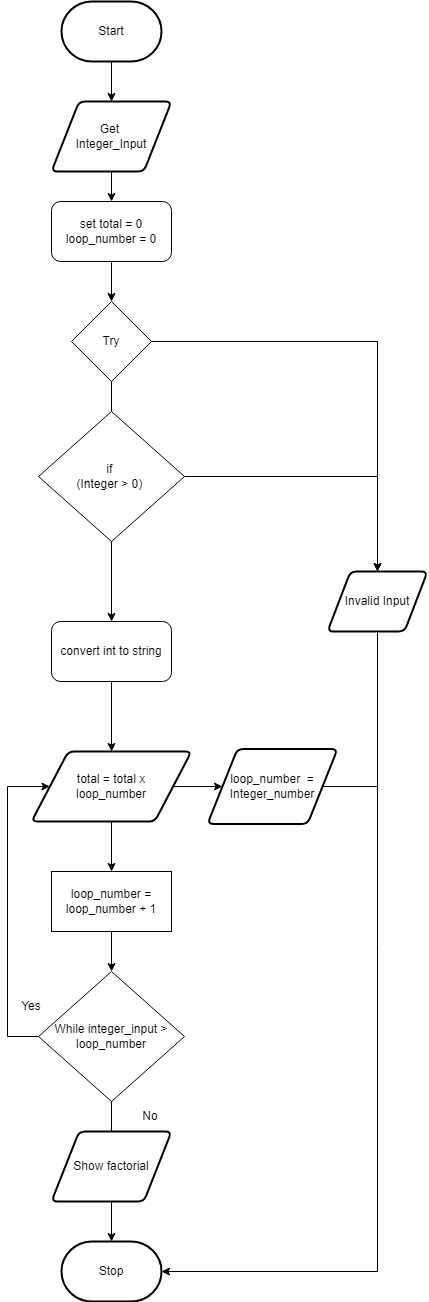
This is Drawio/FlowChart.png from JacksonNaufal/ICS3U-Unit4-02-Python, a draw.io export, as it was before one commit. Source tidied: cells renumbered, new cells last; positions are measured from the earlier drawing's top-left corner, leaving out a move shared by most shapes.
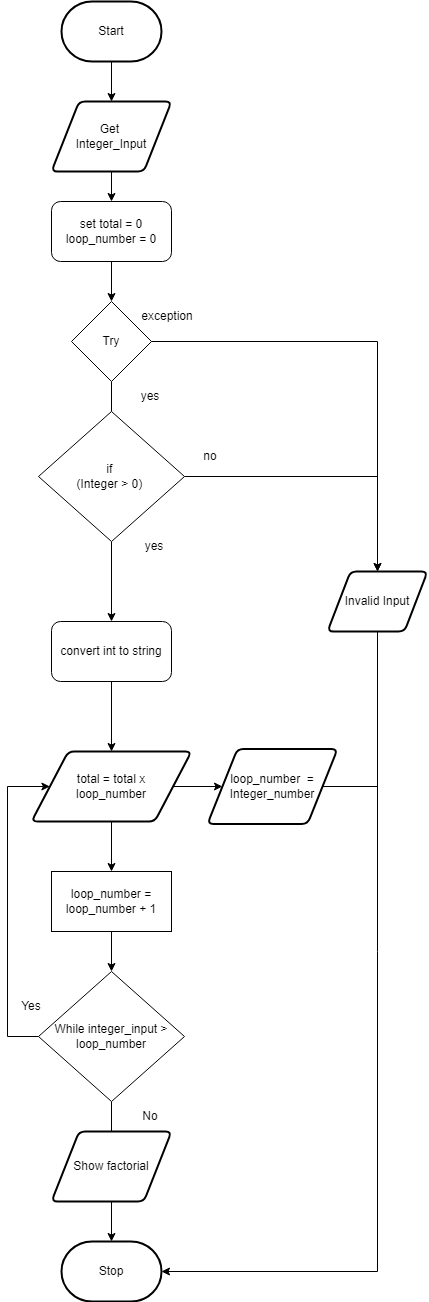
After the change.

Diff of the diagram source:
```diff
@@ -115,5 +115,17 @@
     <mxCell id="32" style="edgeStyle=none;html=1;endArrow=none;" parent="1" edge="1" source="25" target="31">
       <mxGeometry relative="1" as="geometry" />
     </mxCell>
+    <mxCell id="33" value="exception" style="text;html=1;strokeColor=none;fillColor=none;align=center;verticalAlign=middle;whiteSpace=wrap;rounded=0;" parent="1" vertex="1">
+      <mxGeometry x="136" y="300" width="60" height="30" as="geometry" />
+    </mxCell>
+    <mxCell id="34" value="yes" style="text;html=1;strokeColor=none;fillColor=none;align=center;verticalAlign=middle;whiteSpace=wrap;rounded=0;" parent="1" vertex="1">
+      <mxGeometry x="119" y="380" width="60" height="30" as="geometry" />
+    </mxCell>
+    <mxCell id="35" value="no" style="text;html=1;strokeColor=none;fillColor=none;align=center;verticalAlign=middle;whiteSpace=wrap;rounded=0;" parent="1" vertex="1">
+      <mxGeometry x="179" y="440" width="60" height="30" as="geometry" />
+    </mxCell>
+    <mxCell id="36" value="yes" style="text;html=1;strokeColor=none;fillColor=none;align=center;verticalAlign=middle;whiteSpace=wrap;rounded=0;" parent="1" vertex="1">
+      <mxGeometry x="123" y="530" width="60" height="30" as="geometry" />
+    </mxCell>
   </root>
 </mxGraphModel>
```
